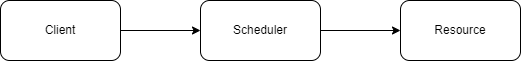
Above: img/system-design/distributed-task-scheduler1.png in riehseun/riehseun.github.io (draw.io), before the change. Source tidied: cells renumbered, new cells last; positions are measured from the earlier drawing's top-left corner, leaving out a move shared by most shapes. Source of this version:
```xml
<mxGraphModel>
  <root>
    <mxCell id="0" />
    <mxCell id="1" parent="0" />
    <mxCell id="2" style="edgeStyle=orthogonalEdgeStyle;rounded=0;jettySize=auto;html=1;exitX=1;exitY=0.5;exitDx=0;exitDy=0;entryX=0;entryY=0.5;entryDx=0;entryDy=0;" parent="1" edge="1" source="3" target="5">
      <mxGeometry relative="1" as="geometry" />
    </mxCell>
    <mxCell id="3" value="Client" style="rounded=1;whiteSpace=wrap;html=1;" parent="1" vertex="1">
      <mxGeometry width="120" height="60" as="geometry" />
    </mxCell>
    <mxCell id="4" style="edgeStyle=orthogonalEdgeStyle;rounded=0;jettySize=auto;html=1;exitX=1;exitY=0.5;exitDx=0;exitDy=0;entryX=0;entryY=0.5;entryDx=0;entryDy=0;" parent="1" edge="1" source="5" target="6">
      <mxGeometry relative="1" as="geometry" />
    </mxCell>
    <mxCell id="5" value="Scheduler" style="rounded=1;whiteSpace=wrap;html=1;" parent="1" vertex="1">
      <mxGeometry x="200" width="120" height="60" as="geometry" />
    </mxCell>
    <mxCell id="6" value="Resource" style="rounded=1;whiteSpace=wrap;html=1;" parent="1" vertex="1">
      <mxGeometry x="400" width="120" height="60" as="geometry" />
    </mxCell>
  </root>
</mxGraphModel>
```
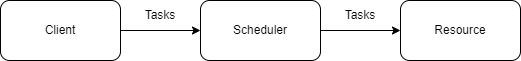
The same file after the commit.

Diff of the diagram source:
```diff
@@ -17,5 +17,11 @@
     <mxCell id="6" value="Resource" style="rounded=1;whiteSpace=wrap;html=1;" parent="1" vertex="1">
       <mxGeometry x="400" width="120" height="60" as="geometry" />
     </mxCell>
+    <mxCell id="7" value="Tasks" style="text;html=1;strokeColor=none;fillColor=none;align=center;verticalAlign=middle;whiteSpace=wrap;rounded=0;" parent="1" vertex="1">
+      <mxGeometry x="130" width="60" height="30" as="geometry" />
+    </mxCell>
+    <mxCell id="8" value="Tasks" style="text;html=1;strokeColor=none;fillColor=none;align=center;verticalAlign=middle;whiteSpace=wrap;rounded=0;" parent="1" vertex="1">
+      <mxGeometry x="330" width="60" height="30" as="geometry" />
+    </mxCell>
   </root>
 </mxGraphModel>
```
